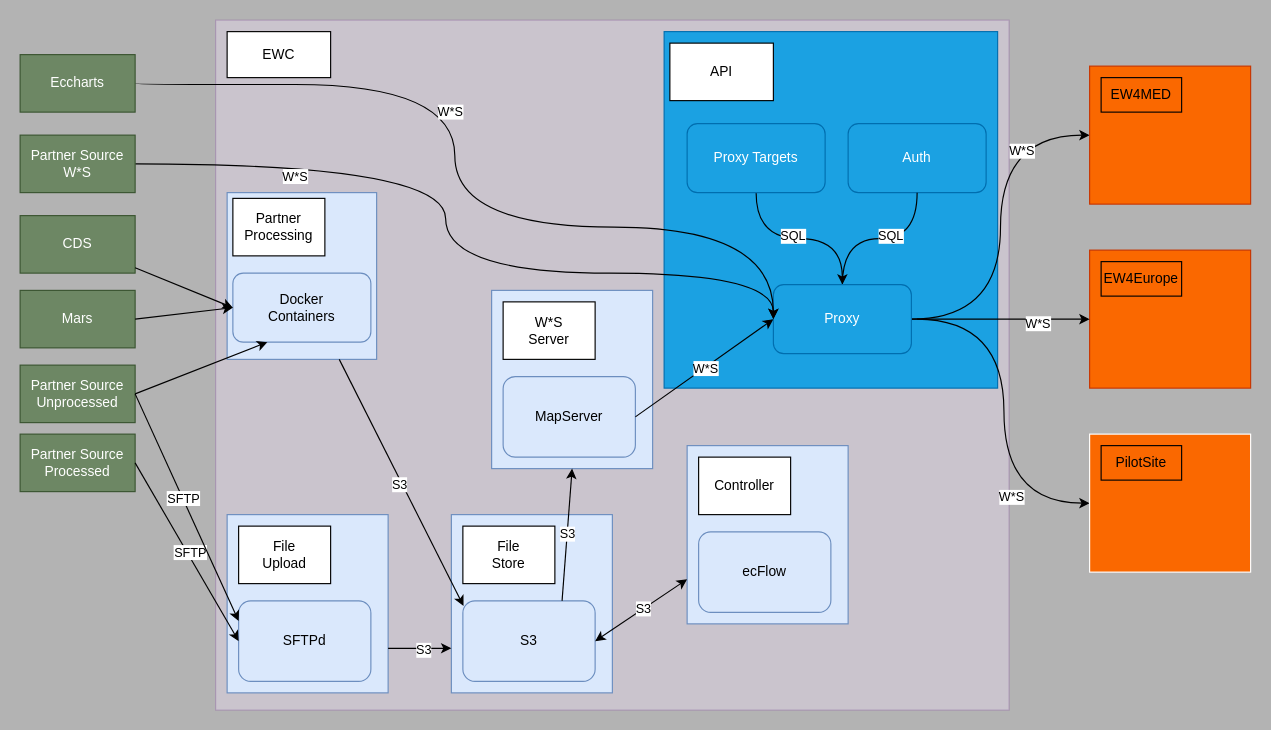
Before: gobeyond-api-tech.external-wms.drawio in ec-snee/draw-io, a draw.io diagram. Source tidied: cells renumbered, new cells numbered last; positions are measured from the earlier drawing's top-left corner, leaving out a move shared by most shapes. Both pictures are drawn from the tidied source at 115%, with x=0, y=0 at pixel (20, 20).
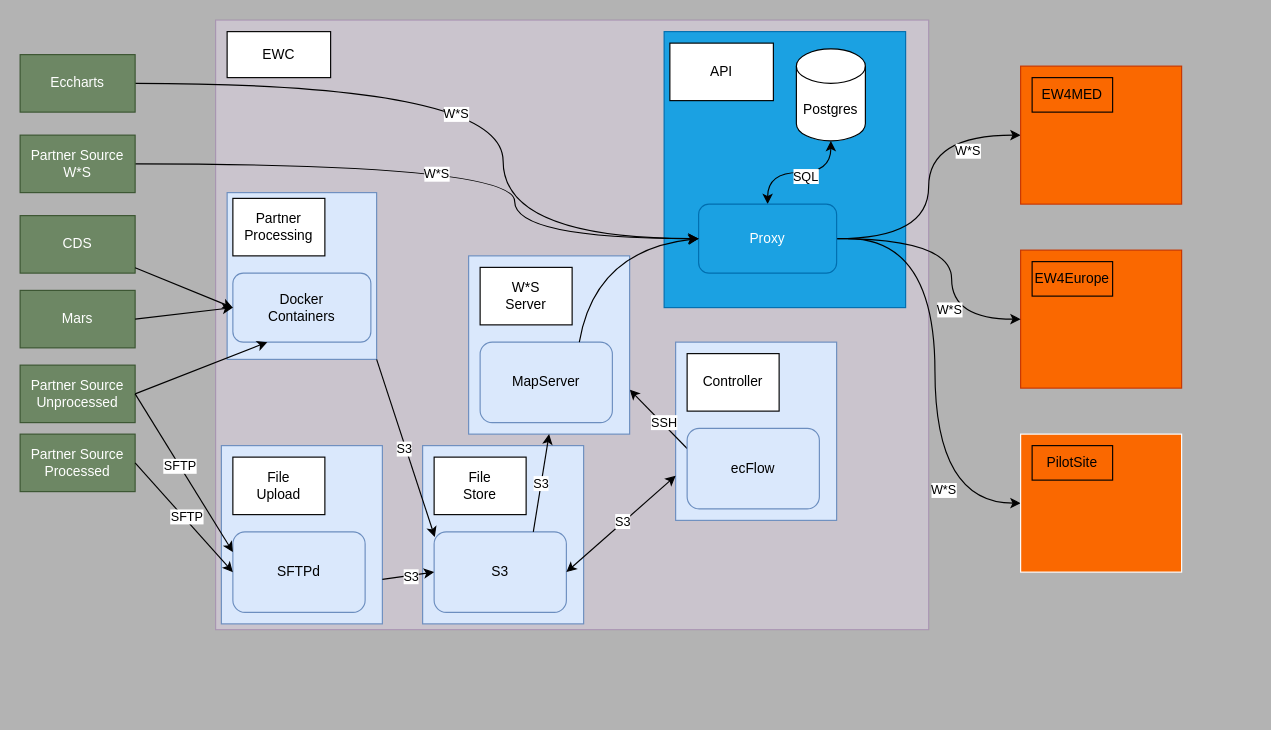
After the change.

Commit message:
try to use latest image for external wms

The change refers to these unchanged cells:
```xml
<mxCell id="27" style="rounded=0;whiteSpace=wrap;html=1;fillColor=#dae8fc;strokeColor=#6c8ebf;" parent="1" vertex="1">
  <mxGeometry x="180" y="150" width="130" height="145" as="geometry" />
</mxCell>
<mxCell id="37" value="Partner Source&lt;br&gt;W*S" style="rounded=0;whiteSpace=wrap;html=1;fillColor=#6d8764;fontColor=#ffffff;strokeColor=#3A5431;" parent="1" vertex="1">
  <mxGeometry y="100" width="100" height="50" as="geometry" />
</mxCell>
<mxCell id="40" value="Eccharts" style="rounded=0;whiteSpace=wrap;html=1;fillColor=#6d8764;fontColor=#ffffff;strokeColor=#3A5431;" parent="1" vertex="1">
  <mxGeometry y="30" width="100" height="50" as="geometry" />
</mxCell>
```

The edit, as a diff of the source:
```diff
@@
     <mxCell id="2" style="rounded=0;whiteSpace=wrap;html=1;fillColor=#e1d5e7;strokeColor=#9673a6;opacity=50;" parent="1" vertex="1">
-      <mxGeometry x="170" width="690" height="600" as="geometry" />
+      <mxGeometry x="170" width="620" height="530" as="geometry" />
     </mxCell>
@@
     <mxCell id="4" style="rounded=0;whiteSpace=wrap;html=1;fillColor=#1ba1e2;strokeColor=#006EAF;fontColor=#ffffff;" parent="1" vertex="1">
-      <mxGeometry x="560" y="10" width="290" height="310" as="geometry" />
+      <mxGeometry x="560" y="10" width="210" height="240" as="geometry" />
     </mxCell>
@@
     <mxCell id="8" style="rounded=0;whiteSpace=wrap;html=1;fillColor=#fa6800;fontColor=#000000;strokeColor=#C73500;" parent="1" vertex="1">
-      <mxGeometry x="930" y="40" width="140" height="120" as="geometry" />
+      <mxGeometry x="870" y="40" width="140" height="120" as="geometry" />
     </mxCell>
     <mxCell id="9" value="EW4MED" style="rounded=0;whiteSpace=wrap;html=1;fillColor=#fa6800;fontColor=#000000;strokeColor=#000000;" parent="1" vertex="1">
-      <mxGeometry x="940" y="50" width="70" height="30" as="geometry" />
+      <mxGeometry x="880" y="50" width="70" height="30" as="geometry" />
     </mxCell>
     <mxCell id="10" style="rounded=0;whiteSpace=wrap;html=1;fillColor=#fa6800;fontColor=#000000;strokeColor=#C73500;" parent="1" vertex="1">
-      <mxGeometry x="930" y="200" width="140" height="120" as="geometry" />
+      <mxGeometry x="870" y="200" width="140" height="120" as="geometry" />
     </mxCell>
     <mxCell id="11" value="EW4Europe" style="rounded=0;whiteSpace=wrap;html=1;fillColor=#fa6800;fontColor=#000000;strokeColor=#000000;" parent="1" vertex="1">
-      <mxGeometry x="940" y="210" width="70" height="30" as="geometry" />
+      <mxGeometry x="880" y="210" width="70" height="30" as="geometry" />
     </mxCell>
     <mxCell id="12" style="edgeStyle=orthogonalEdgeStyle;rounded=0;jettySize=auto;html=1;entryX=0;entryY=0.5;entryDx=0;entryDy=0;curved=1;" parent="1" edge="1" target="14">
       <mxGeometry relative="1" as="geometry">
-        <mxPoint x="780" y="260" as="sourcePoint" />
+        <mxPoint x="720" y="190" as="sourcePoint" />
       </mxGeometry>
     </mxCell>
@@
     <mxCell id="14" style="rounded=0;whiteSpace=wrap;html=1;fillColor=#fa6800;fontColor=#000000;strokeColor=#FFFFFF;" parent="1" vertex="1">
-      <mxGeometry x="930" y="360" width="140" height="120" as="geometry" />
+      <mxGeometry x="870" y="360" width="140" height="120" as="geometry" />
     </mxCell>
     <mxCell id="15" value="PilotSite" style="rounded=0;whiteSpace=wrap;html=1;fillColor=#fa6800;fontColor=#000000;strokeColor=#000000;" parent="1" vertex="1">
-      <mxGeometry x="940" y="370" width="70" height="30" as="geometry" />
+      <mxGeometry x="880" y="370" width="70" height="30" as="geometry" />
     </mxCell>
-    <mxCell id="16" style="edgeStyle=orthogonalEdgeStyle;rounded=0;jettySize=auto;html=1;exitX=0.5;exitY=0;exitDx=0;exitDy=0;entryX=0.5;entryY=1;entryDx=0;entryDy=0;curved=1;startArrow=classic;startFill=1;endArrow=none;endFill=0;" parent="1" edge="1" source="24" target="18">
+    <mxCell id="16" style="edgeStyle=orthogonalEdgeStyle;rounded=0;jettySize=auto;html=1;exitX=0.5;exitY=0;exitDx=0;exitDy=0;entryX=0.5;entryY=1;entryDx=0;entryDy=0;curved=1;startArrow=classic;startFill=1;endArrow=classic;endFill=1;entryPerimeter=0;" parent="1" edge="1" source="24" target="73">
       <mxGeometry relative="1" as="geometry" />
     </mxCell>
@@
-    <mxCell id="18" value="Proxy Targets" style="rounded=1;whiteSpace=wrap;html=1;fillColor=#1ba1e2;fontColor=#ffffff;strokeColor=#006EAF;" parent="1" vertex="1">
-      <mxGeometry x="580" y="90" width="120" height="60" as="geometry" />
-    </mxCell>
-    <mxCell id="19" value="Auth" style="rounded=1;whiteSpace=wrap;html=1;fillColor=#1ba1e2;fontColor=#ffffff;strokeColor=#006EAF;" parent="1" vertex="1">
-      <mxGeometry x="720" y="90" width="120" height="60" as="geometry" />
-    </mxCell>
     <mxCell id="20" style="edgeStyle=orthogonalEdgeStyle;rounded=1;jettySize=auto;html=1;exitX=1;exitY=0.5;exitDx=0;exitDy=0;entryX=0;entryY=0.5;entryDx=0;entryDy=0;curved=1;" parent="1" edge="1" source="24" target="10">
-      <mxGeometry relative="1" as="geometry" />
+      <mxGeometry relative="1" as="geometry">
+        <Array as="points">
+          <mxPoint x="810" y="190" />
+          <mxPoint x="810" y="260" />
+        </Array>
+      </mxGeometry>
     </mxCell>
@@
-    <mxCell id="22" style="edgeStyle=orthogonalEdgeStyle;rounded=0;jettySize=auto;html=1;exitX=0.5;exitY=0;exitDx=0;exitDy=0;curved=1;endArrow=none;endFill=0;" parent="1" edge="1" source="24" target="19">
-      <mxGeometry relative="1" as="geometry" />
-    </mxCell>
-    <mxCell id="23" value="SQL" style="edgeLabel;html=1;align=center;verticalAlign=middle;" parent="22" vertex="1">
-      <mxGeometry x="0.12" y="3" relative="1" as="geometry" />
-    </mxCell>
     <mxCell id="24" value="Proxy" style="rounded=1;whiteSpace=wrap;html=1;fillColor=#1ba1e2;fontColor=#ffffff;strokeColor=#006EAF;" parent="1" vertex="1">
-      <mxGeometry x="655" y="230" width="120" height="60" as="geometry" />
+      <mxGeometry x="590" y="160" width="120" height="60" as="geometry" />
     </mxCell>
     <mxCell id="25" style="rounded=0;whiteSpace=wrap;html=1;fillColor=#dae8fc;strokeColor=#6c8ebf;" parent="1" vertex="1">
-      <mxGeometry x="375" y="430" width="140" height="155" as="geometry" />
+      <mxGeometry x="350" y="370" width="140" height="155" as="geometry" />
     </mxCell>
     <mxCell id="26" value="File&lt;br&gt;Store" style="rounded=0;whiteSpace=wrap;html=1;" parent="1" vertex="1">
-      <mxGeometry x="385" y="440" width="80" height="50" as="geometry" />
+      <mxGeometry x="360" y="380" width="80" height="50" as="geometry" />
     </mxCell>
@@
     <mxCell id="28" value="S3" style="rounded=1;whiteSpace=wrap;html=1;fillColor=#dae8fc;strokeColor=#6c8ebf;" parent="1" vertex="1">
-      <mxGeometry x="385" y="505" width="115" height="70" as="geometry" />
+      <mxGeometry x="360" y="445" width="115" height="70" as="geometry" />
     </mxCell>
@@
-    <mxCell id="35" style="edgeStyle=orthogonalEdgeStyle;rounded=0;jettySize=auto;html=1;exitX=1;exitY=0.5;exitDx=0;exitDy=0;curved=1;entryX=0;entryY=0.5;entryDx=0;entryDy=0;" parent="1" edge="1" source="37" target="24">
-      <mxGeometry relative="1" as="geometry">
-        <Array as="points">
-          <mxPoint x="370" y="125" />
-          <mxPoint x="370" y="220" />
-          <mxPoint x="655" y="220" />
-        </Array>
-      </mxGeometry>
-    </mxCell>
-    <mxCell id="36" value="W*S" style="edgeLabel;html=1;align=center;verticalAlign=middle;" parent="35" vertex="1">
-      <mxGeometry x="-0.6" y="-10" relative="1" as="geometry" />
-    </mxCell>
+    <mxCell id="67" style="edgeStyle=orthogonalEdgeStyle;rounded=0;jettySize=auto;html=1;exitX=1;exitY=0.5;exitDx=0;exitDy=0;curved=1;" parent="1" edge="1" source="37">
+      <mxGeometry relative="1" as="geometry">
+        <mxPoint x="590" y="190" as="targetPoint" />
+        <Array as="points">
+          <mxPoint x="430" y="125" />
+          <mxPoint x="430" y="190" />
+        </Array>
+      </mxGeometry>
+    </mxCell>
+    <mxCell id="68" value="W*S" style="edgeLabel;html=1;align=center;verticalAlign=middle;" parent="67" vertex="1">
+      <mxGeometry x="-0.06" y="-8" relative="1" as="geometry" />
+    </mxCell>
@@
-    <mxCell id="38" style="edgeStyle=orthogonalEdgeStyle;rounded=0;jettySize=auto;html=1;exitX=1;exitY=0.5;exitDx=0;exitDy=0;curved=1;entryX=0;entryY=0.5;entryDx=0;entryDy=0;" parent="1" edge="1" target="24">
-      <mxGeometry relative="1" as="geometry">
-        <mxPoint x="100" y="55" as="sourcePoint" />
-        <Array as="points">
-          <mxPoint x="100" y="56" />
-          <mxPoint x="378" y="56" />
-          <mxPoint x="378" y="180" />
-          <mxPoint x="655" y="180" />
-        </Array>
-      </mxGeometry>
-    </mxCell>
-    <mxCell id="39" value="W*S" style="edgeLabel;html=1;align=center;verticalAlign=middle;" parent="38" vertex="1">
-      <mxGeometry x="-0.28" y="-23" relative="1" as="geometry" />
-    </mxCell>
+    <mxCell id="69" style="edgeStyle=orthogonalEdgeStyle;rounded=0;jettySize=auto;html=1;exitX=1;exitY=0.5;exitDx=0;exitDy=0;entryX=0;entryY=0.5;entryDx=0;entryDy=0;curved=1;" parent="1" edge="1" source="40" target="24">
+      <mxGeometry relative="1" as="geometry">
+        <Array as="points">
+          <mxPoint x="420" y="55" />
+          <mxPoint x="420" y="190" />
+        </Array>
+      </mxGeometry>
+    </mxCell>
+    <mxCell id="70" value="W*S" style="edgeLabel;html=1;align=center;verticalAlign=middle;" parent="69" vertex="1">
+      <mxGeometry x="-0.11" y="-25" relative="1" as="geometry">
+        <mxPoint y="1" as="offset" />
+      </mxGeometry>
+    </mxCell>
@@
     <mxCell id="42" style="rounded=0;whiteSpace=wrap;html=1;fillColor=#dae8fc;strokeColor=#6c8ebf;" parent="1" vertex="1">
-      <mxGeometry x="580" y="370" width="140" height="155" as="geometry" />
+      <mxGeometry x="570" y="280" width="140" height="155" as="geometry" />
     </mxCell>
     <mxCell id="43" value="Controller" style="rounded=0;whiteSpace=wrap;html=1;" parent="1" vertex="1">
-      <mxGeometry x="590" y="380" width="80" height="50" as="geometry" />
+      <mxGeometry x="580" y="290" width="80" height="50" as="geometry" />
     </mxCell>
+    <mxCell id="71" style="rounded=0;jettySize=auto;html=1;exitX=0;exitY=0.25;exitDx=0;exitDy=0;entryX=1;entryY=0.75;entryDx=0;entryDy=0;" parent="1" edge="1" source="44" target="48">
+      <mxGeometry relative="1" as="geometry" />
+    </mxCell>
+    <mxCell id="72" value="SSH" style="edgeLabel;html=1;align=center;verticalAlign=middle;" parent="71" vertex="1">
+      <mxGeometry x="-0.13" y="-1" relative="1" as="geometry" />
+    </mxCell>
     <mxCell id="44" value="&lt;div&gt;ecFlow&lt;/div&gt;" style="rounded=1;whiteSpace=wrap;html=1;fillColor=#dae8fc;strokeColor=#6c8ebf;" parent="1" vertex="1">
-      <mxGeometry x="590" y="445" width="115" height="70" as="geometry" />
+      <mxGeometry x="580" y="355" width="115" height="70" as="geometry" />
     </mxCell>
     <mxCell id="45" style="rounded=0;whiteSpace=wrap;html=1;fillColor=#dae8fc;strokeColor=#6c8ebf;" parent="1" vertex="1">
-      <mxGeometry x="180" y="430" width="140" height="155" as="geometry" />
+      <mxGeometry x="175" y="370" width="140" height="155" as="geometry" />
     </mxCell>
     <mxCell id="46" value="&lt;div&gt;File&lt;/div&gt;Upload" style="rounded=0;whiteSpace=wrap;html=1;" parent="1" vertex="1">
-      <mxGeometry x="190" y="440" width="80" height="50" as="geometry" />
+      <mxGeometry x="185" y="380" width="80" height="50" as="geometry" />
     </mxCell>
     <mxCell id="47" value="SFTPd" style="rounded=1;whiteSpace=wrap;html=1;fillColor=#dae8fc;strokeColor=#6c8ebf;" parent="1" vertex="1">
-      <mxGeometry x="190" y="505" width="115" height="70" as="geometry" />
+      <mxGeometry x="185" y="445" width="115" height="70" as="geometry" />
     </mxCell>
     <mxCell id="48" style="rounded=0;whiteSpace=wrap;html=1;fillColor=#dae8fc;strokeColor=#6c8ebf;" parent="1" vertex="1">
-      <mxGeometry x="410" y="235" width="140" height="155" as="geometry" />
+      <mxGeometry x="390" y="205" width="140" height="155" as="geometry" />
     </mxCell>
     <mxCell id="49" value="W*S&lt;div&gt;&lt;/div&gt;&lt;div&gt;Server&lt;/div&gt;" style="rounded=0;whiteSpace=wrap;html=1;" parent="1" vertex="1">
-      <mxGeometry x="420" y="245" width="80" height="50" as="geometry" />
+      <mxGeometry x="400" y="215" width="80" height="50" as="geometry" />
     </mxCell>
     <mxCell id="50" value="MapServer" style="rounded=1;whiteSpace=wrap;html=1;fillColor=#dae8fc;strokeColor=#6c8ebf;" parent="1" vertex="1">
-      <mxGeometry x="420" y="310" width="115" height="70" as="geometry" />
+      <mxGeometry x="400" y="280" width="115" height="70" as="geometry" />
     </mxCell>
@@
-    <mxCell id="53" style="endArrow=classic;html=1;rounded=0;exitX=1;exitY=0.75;exitDx=0;exitDy=0;entryX=0;entryY=0.75;entryDx=0;entryDy=0;" parent="1" edge="1" source="45" target="25">
+    <mxCell id="53" style="endArrow=classic;html=1;rounded=0;exitX=1;exitY=0.75;exitDx=0;exitDy=0;entryX=0;entryY=0.5;entryDx=0;entryDy=0;" parent="1" edge="1" source="45" target="28">
       <mxGeometry relative="1" as="geometry" />
     </mxCell>
@@
-    <mxCell id="57" style="endArrow=classic;html=1;rounded=0;entryX=0;entryY=0.5;entryDx=0;entryDy=0;exitX=1;exitY=0.5;exitDx=0;exitDy=0;" parent="1" edge="1" source="50" target="24">
-      <mxGeometry relative="1" as="geometry" />
-    </mxCell>
-    <mxCell id="58" value="W*S" style="edgeLabel;html=1;align=center;verticalAlign=middle;" parent="57" vertex="1">
-      <mxGeometry x="0.01" relative="1" as="geometry" />
-    </mxCell>
-    <mxCell id="59" style="endArrow=classic;startArrow=none;html=1;rounded=0;exitX=0.75;exitY=1;exitDx=0;exitDy=0;entryX=0.005;entryY=0.063;entryDx=0;entryDy=0;entryPerimeter=0;startFill=0;" parent="1" edge="1" source="27" target="28">
+    <mxCell id="59" style="endArrow=classic;startArrow=none;html=1;rounded=0;exitX=1;exitY=1;exitDx=0;exitDy=0;entryX=0.005;entryY=0.063;entryDx=0;entryDy=0;entryPerimeter=0;startFill=0;" parent="1" edge="1" source="27" target="28">
       <mxGeometry relative="1" as="geometry" />
     </mxCell>
@@
+    <mxCell id="73" value="Postgres" style="shape=cylinder3;whiteSpace=wrap;html=1;boundedLbl=1;backgroundOutline=1;size=15;" parent="1" vertex="1">
+      <mxGeometry x="675" y="25" width="60" height="80" as="geometry" />
+    </mxCell>
+    <mxCell id="57" style="endArrow=classic;html=1;rounded=0;exitX=0.75;exitY=0;exitDx=0;exitDy=0;curved=1;entryX=0;entryY=0.5;entryDx=0;entryDy=0;" parent="1" edge="1" source="50" target="24">
+      <mxGeometry relative="1" as="geometry">
+        <Array as="points">
+          <mxPoint x="500" y="200" />
+        </Array>
+      </mxGeometry>
+    </mxCell>
```
